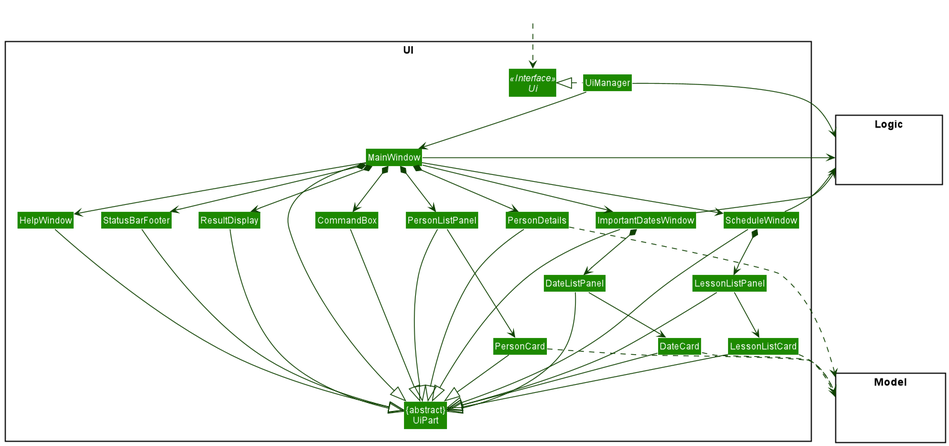
nus-cs2103-AY2021S2/tp keeps this PlantUML diagram as docs/images/UiClassDiagram.png. Above is the earlier version.
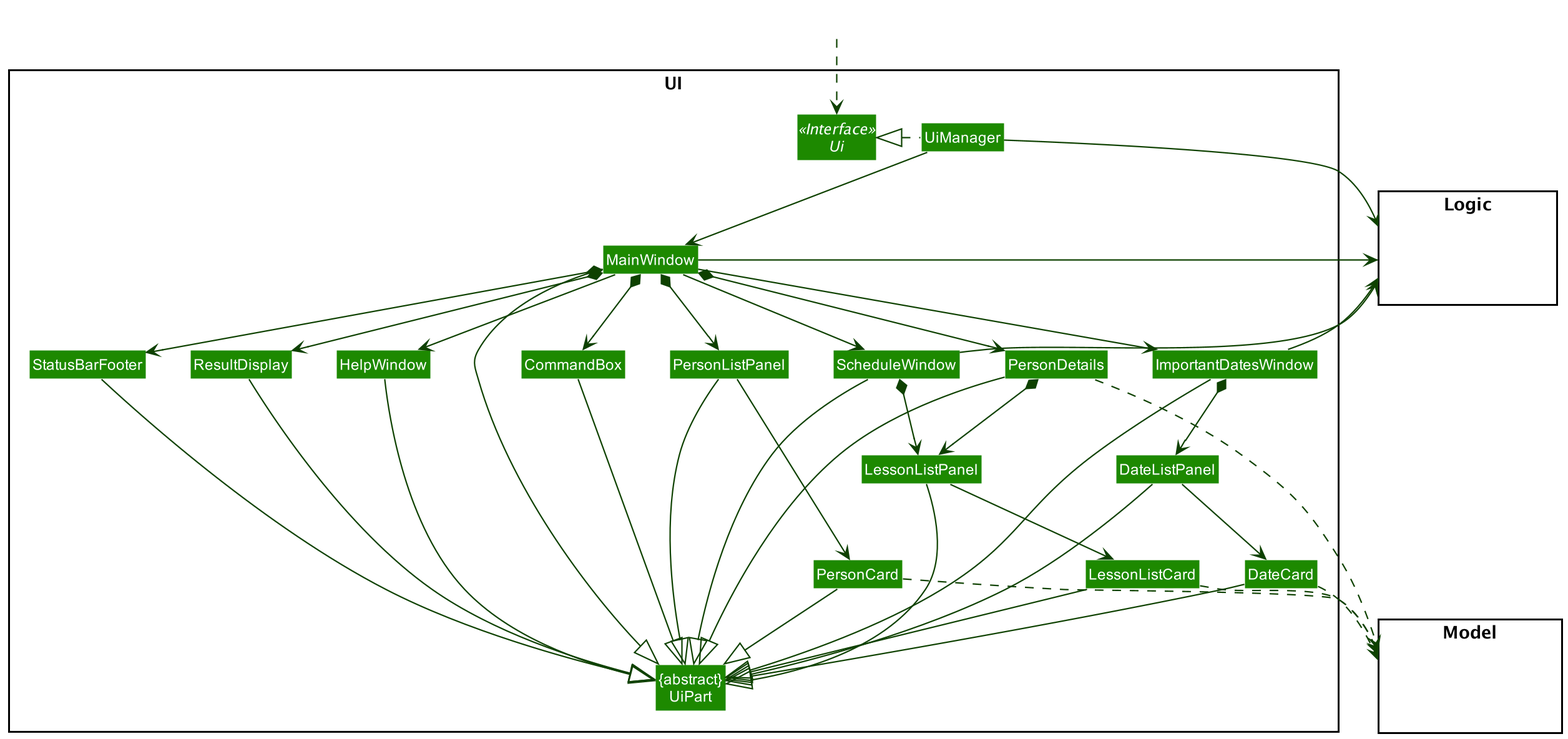
Above is the later version.

The edit, as a diff of the source:
```diff
@@ -46,6 +46,7 @@
 MainWindow --> ImportantDatesWindow
 MainWindow --> ScheduleWindow
 ImportantDatesWindow *-down-> DateListPanel
+PersonDetails *-down-> LessonListPanel
 ScheduleWindow *-down-> LessonListPanel
 
 PersonListPanel -down-> PersonCard
```
